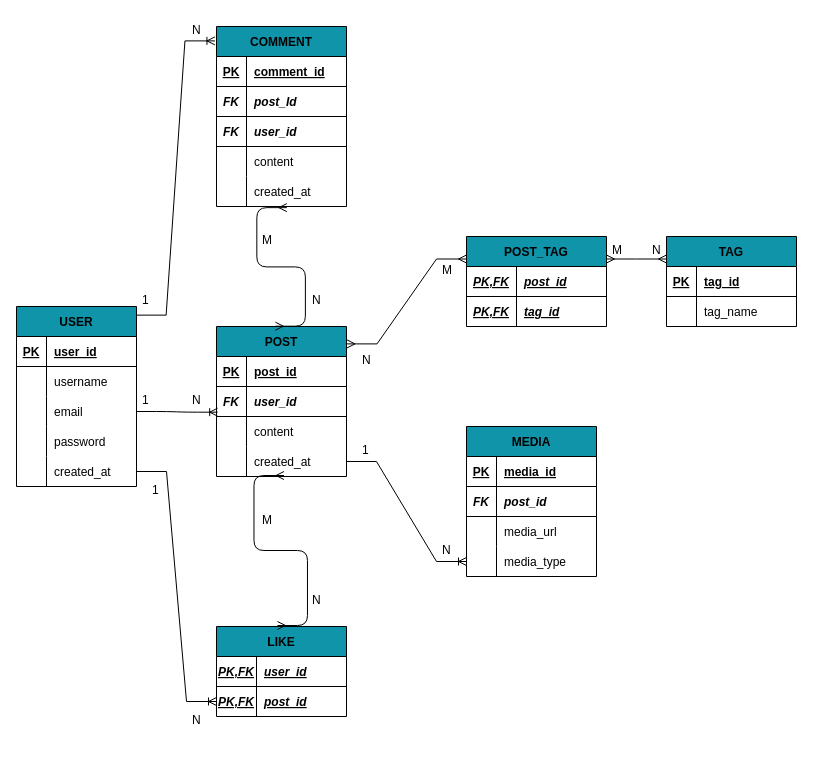
This is schemadb.drawio from AlessiaParlato97/social-platform, a draw.io file, before an edit. Source tidied: cells renumbered, new cells numbered last; positions are measured from the earlier drawing's top-left corner, leaving out a move shared by most shapes. Both pictures are drawn from the tidied source at 100%, with x=0, y=0 at pixel (16, 16).
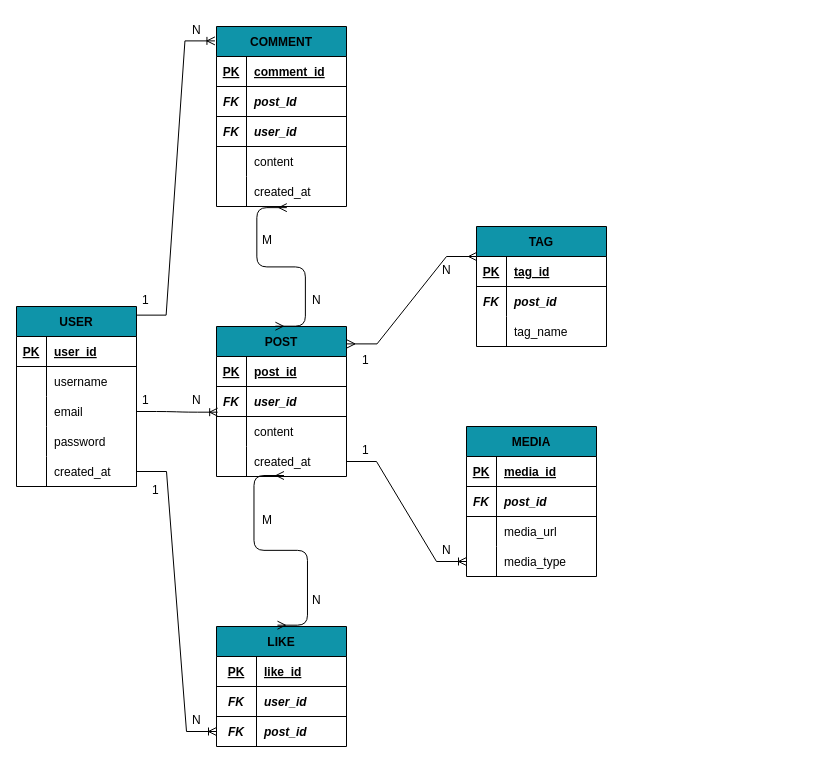
The same diagram, later.

Unchanged cells that the change refers to:
```xml
<mxCell id="64" value="POST" style="shape=table;startSize=30;childLayout=tableLayout;rowLines=0;fontStyle=1;align=center;fontSize=12;fillColor=#0F94A9;" parent="1" vertex="1">
  <mxGeometry x="200" y="310" width="130" height="150" as="geometry" />
</mxCell>
<mxCell id="82" style="shape=tableRow;horizontal=0;startSize=0;swimlaneHead=0;swimlaneBody=0;fillColor=none;top=0;left=0;right=0;bottom=0;fontSize=12;" parent="78" vertex="1">
  <mxGeometry y="60" width="130" height="30" as="geometry" />
</mxCell>
```

What changed in the source:
```diff
@@
     <mxCell id="18" value="LIKE" style="shape=table;startSize=30;childLayout=tableLayout;rowLines=0;fontStyle=1;align=center;fontSize=12;fillColor=#0F94A9;" parent="1" vertex="1">
-      <mxGeometry x="200" y="610" width="130" height="90" as="geometry" />
+      <mxGeometry x="200" y="610" width="130" height="120" as="geometry" />
     </mxCell>
+    <mxCell id="105" style="shape=tableRow;horizontal=0;startSize=0;swimlaneHead=0;swimlaneBody=0;fillColor=none;top=0;left=0;right=0;bottom=0;fontSize=8;" parent="18" vertex="1">
+      <mxGeometry y="30" width="130" height="30" as="geometry" />
+    </mxCell>
+    <mxCell id="106" value="PK" style="shape=partialRectangle;fillColor=none;top=0;left=0;bottom=1;right=0;overflow=hidden;fontSize=12;fontStyle=5;" parent="105" vertex="1">
+      <mxGeometry width="40" height="30" as="geometry" />
+    </mxCell>
+    <mxCell id="107" value="like_id" style="shape=partialRectangle;fillColor=none;top=0;left=0;bottom=1;right=0;align=left;spacingLeft=6;overflow=hidden;fontSize=12;fontStyle=5;" parent="105" vertex="1">
+      <mxGeometry x="40" width="90" height="30" as="geometry" />
+    </mxCell>
     <mxCell id="19" style="shape=tableRow;horizontal=0;startSize=0;swimlaneHead=0;swimlaneBody=0;fillColor=none;top=0;left=0;right=0;bottom=0;fontSize=8;" parent="18" vertex="1">
-      <mxGeometry y="30" width="130" height="30" as="geometry" />
+      <mxGeometry y="60" width="130" height="30" as="geometry" />
     </mxCell>
-    <mxCell id="20" value="PK,FK" style="shape=partialRectangle;fillColor=none;top=0;left=0;bottom=1;right=0;overflow=hidden;fontSize=12;fontStyle=7;" parent="19" vertex="1">
+    <mxCell id="20" value="FK" style="shape=partialRectangle;fillColor=none;top=0;left=0;bottom=1;right=0;overflow=hidden;fontSize=12;fontStyle=3;" parent="19" vertex="1">
       <mxGeometry width="40" height="30" as="geometry" />
     </mxCell>
-    <mxCell id="21" value="user_id" style="shape=partialRectangle;fillColor=none;top=0;left=0;bottom=1;right=0;align=left;spacingLeft=6;overflow=hidden;fontSize=12;fontStyle=7;" parent="19" vertex="1">
+    <mxCell id="21" value="user_id" style="shape=partialRectangle;fillColor=none;top=0;left=0;bottom=1;right=0;align=left;spacingLeft=6;overflow=hidden;fontSize=12;fontStyle=3;" parent="19" vertex="1">
       <mxGeometry x="40" width="90" height="30" as="geometry" />
     </mxCell>
     <mxCell id="22" style="shape=tableRow;horizontal=0;startSize=0;swimlaneHead=0;swimlaneBody=0;fillColor=none;points=[[0,0.5],[1,0.5]];portConstraint=eastwest;top=0;left=0;right=0;bottom=0;fontSize=8;" parent="18" vertex="1">
-      <mxGeometry y="60" width="130" height="30" as="geometry" />
+      <mxGeometry y="90" width="130" height="30" as="geometry" />
     </mxCell>
-    <mxCell id="23" value="PK,FK" style="shape=partialRectangle;fillColor=none;top=0;left=0;bottom=0;right=0;overflow=hidden;fontSize=12;fontStyle=7;" parent="22" vertex="1">
+    <mxCell id="23" value="FK" style="shape=partialRectangle;fillColor=none;top=0;left=0;bottom=0;right=0;overflow=hidden;fontSize=12;fontStyle=3;" parent="22" vertex="1">
       <mxGeometry width="40" height="30" as="geometry" />
     </mxCell>
-    <mxCell id="24" value="post_id" style="shape=partialRectangle;fillColor=none;top=0;left=0;bottom=0;right=0;align=left;spacingLeft=6;overflow=hidden;fontSize=12;fontStyle=7;" parent="22" vertex="1">
+    <mxCell id="24" value="post_id" style="shape=partialRectangle;fillColor=none;top=0;left=0;bottom=0;right=0;align=left;spacingLeft=6;overflow=hidden;fontSize=12;fontStyle=3;" parent="22" vertex="1">
       <mxGeometry x="40" width="90" height="30" as="geometry" />
     </mxCell>
@@
-    <mxCell id="44" value="POST_TAG" style="shape=table;startSize=30;childLayout=tableLayout;rowLines=0;fontStyle=1;align=center;fontSize=12;fillColor=#0F94A9;" parent="1" vertex="1">
-      <mxGeometry x="450" y="220" width="140" height="90" as="geometry" />
-    </mxCell>
-    <mxCell id="45" style="shape=tableRow;horizontal=0;startSize=0;swimlaneHead=0;swimlaneBody=0;fillColor=none;top=0;left=0;right=0;bottom=1;fontSize=12;" parent="44" vertex="1">
-      <mxGeometry y="30" width="140" height="30" as="geometry" />
-    </mxCell>
-    <mxCell id="46" value="PK,FK" style="shape=partialRectangle;fillColor=none;top=0;left=0;bottom=0;right=0;fontStyle=7;overflow=hidden;fontSize=12;" parent="45" vertex="1">
-      <mxGeometry width="50" height="30" as="geometry" />
-    </mxCell>
-    <mxCell id="47" value="post_id" style="shape=partialRectangle;fillColor=none;top=0;left=0;bottom=0;right=0;align=left;spacingLeft=6;fontStyle=7;overflow=hidden;fontSize=12;" parent="45" vertex="1">
-      <mxGeometry x="50" width="90" height="30" as="geometry" />
-    </mxCell>
-    <mxCell id="48" style="shape=tableRow;horizontal=0;startSize=0;swimlaneHead=0;swimlaneBody=0;fillColor=none;top=0;left=0;right=0;bottom=0;fontSize=12;fontStyle=7;" parent="44" vertex="1">
-      <mxGeometry y="60" width="140" height="30" as="geometry" />
-    </mxCell>
-    <mxCell id="49" value="PK,FK" style="shape=partialRectangle;fillColor=none;top=0;left=0;bottom=0;right=0;overflow=hidden;fontSize=12;fontStyle=7;" parent="48" vertex="1">
-      <mxGeometry width="50" height="30" as="geometry" />
-    </mxCell>
-    <mxCell id="50" value="tag_id" style="shape=partialRectangle;fillColor=none;top=0;left=0;bottom=0;right=0;align=left;spacingLeft=6;overflow=hidden;fontSize=12;fontStyle=7;" parent="48" vertex="1">
-      <mxGeometry x="50" width="90" height="30" as="geometry" />
-    </mxCell>
@@
     <mxCell id="78" value="TAG" style="shape=table;startSize=30;childLayout=tableLayout;rowLines=0;fontStyle=1;align=center;fontSize=12;fillColor=#0F94A9;" parent="1" vertex="1">
-      <mxGeometry x="650" y="220" width="130" height="90" as="geometry" />
+      <mxGeometry x="460" y="210" width="130" height="120" as="geometry" />
     </mxCell>
@@
-    <mxCell id="83" style="shape=partialRectangle;fillColor=none;top=0;left=0;bottom=0;right=0;overflow=hidden;fontSize=12;fontStyle=3;" parent="82" vertex="1">
+    <mxCell id="83" value="FK" style="shape=partialRectangle;fillColor=none;top=0;left=0;bottom=0;right=0;overflow=hidden;fontSize=12;fontStyle=3;" parent="82" vertex="1">
       <mxGeometry width="30" height="30" as="geometry" />
     </mxCell>
-    <mxCell id="84" value="tag_name" style="shape=partialRectangle;fillColor=none;top=0;left=0;bottom=0;right=0;align=left;spacingLeft=6;overflow=hidden;fontSize=12;fontStyle=0;" parent="82" vertex="1">
+    <mxCell id="84" value="post_id" style="shape=partialRectangle;fillColor=none;top=0;left=0;bottom=0;right=0;align=left;spacingLeft=6;overflow=hidden;fontSize=12;fontStyle=3;" parent="82" vertex="1">
       <mxGeometry x="30" width="100" height="30" as="geometry" />
     </mxCell>
+    <mxCell id="108" style="shape=tableRow;horizontal=0;startSize=0;swimlaneHead=0;swimlaneBody=0;fillColor=none;top=0;left=0;right=0;bottom=0;fontSize=12;" parent="78" vertex="1">
+      <mxGeometry y="90" width="130" height="30" as="geometry" />
+    </mxCell>
+    <mxCell id="109" style="shape=partialRectangle;fillColor=none;top=0;left=0;bottom=0;right=0;overflow=hidden;fontSize=12;fontStyle=3;" parent="108" vertex="1">
+      <mxGeometry width="30" height="30" as="geometry" />
+    </mxCell>
+    <mxCell id="110" value="tag_name" style="shape=partialRectangle;fillColor=none;top=0;left=0;bottom=0;right=0;align=left;spacingLeft=6;overflow=hidden;fontSize=12;fontStyle=0;" parent="108" vertex="1">
+      <mxGeometry x="30" width="100" height="30" as="geometry" />
+    </mxCell>
@@
-    <mxCell id="87" value="N" style="text;strokeColor=none;fillColor=none;spacingLeft=4;spacingRight=4;overflow=hidden;fontSize=12;labelBackgroundColor=none;" parent="1" vertex="1">
+    <mxCell id="87" value="1" style="text;strokeColor=none;fillColor=none;spacingLeft=4;spacingRight=4;overflow=hidden;fontSize=12;labelBackgroundColor=none;" parent="1" vertex="1">
       <mxGeometry x="340" y="330" width="20" height="20" as="geometry" />
     </mxCell>
-    <mxCell id="88" value="M" style="text;strokeColor=none;fillColor=none;spacingLeft=4;spacingRight=4;overflow=hidden;fontSize=12;labelBackgroundColor=none;" parent="1" vertex="1">
+    <mxCell id="88" value="N" style="text;strokeColor=none;fillColor=none;spacingLeft=4;spacingRight=4;overflow=hidden;fontSize=12;labelBackgroundColor=none;" parent="1" vertex="1">
       <mxGeometry x="420" y="240" width="20" height="20" as="geometry" />
     </mxCell>
@@
-    <mxCell id="99" value="M" style="text;strokeColor=none;fillColor=none;spacingLeft=4;spacingRight=4;overflow=hidden;fontSize=12;labelBackgroundColor=none;" parent="1" vertex="1">
-      <mxGeometry x="590" y="220" width="20" height="20" as="geometry" />
-    </mxCell>
-    <mxCell id="100" value="N" style="text;strokeColor=none;fillColor=none;spacingLeft=4;spacingRight=4;overflow=hidden;fontSize=12;labelBackgroundColor=none;" parent="1" vertex="1">
-      <mxGeometry x="630" y="220" width="20" height="20" as="geometry" />
-    </mxCell>
-    <mxCell id="101" style="edgeStyle=entityRelationEdgeStyle;fontSize=12;html=1;endArrow=ERmany;startArrow=ERmany;rounded=0;strokeColor=default;entryX=0;entryY=0.25;entryDx=0;entryDy=0;exitX=1.004;exitY=0.116;exitDx=0;exitDy=0;exitPerimeter=0;" parent="1" edge="1" source="64" target="44">
-      <mxGeometry relative="1" as="geometry" />
+    <mxCell id="101" style="edgeStyle=entityRelationEdgeStyle;fontSize=12;html=1;endArrow=ERmany;startArrow=ERmany;rounded=0;strokeColor=default;exitX=1.004;exitY=0.116;exitDx=0;exitDy=0;exitPerimeter=0;" parent="1" edge="1" source="64">
+      <mxGeometry relative="1" as="geometry">
+        <mxPoint x="460" y="240" as="targetPoint" />
+      </mxGeometry>
     </mxCell>
-    <mxCell id="102" style="edgeStyle=entityRelationEdgeStyle;fontSize=12;html=1;endArrow=ERmany;startArrow=ERmany;rounded=0;strokeColor=default;exitX=1;exitY=0.25;exitDx=0;exitDy=0;entryX=0;entryY=0.25;entryDx=0;entryDy=0;" parent="1" edge="1" source="44" target="78">
-      <mxGeometry relative="1" as="geometry" />
-    </mxCell>
```
